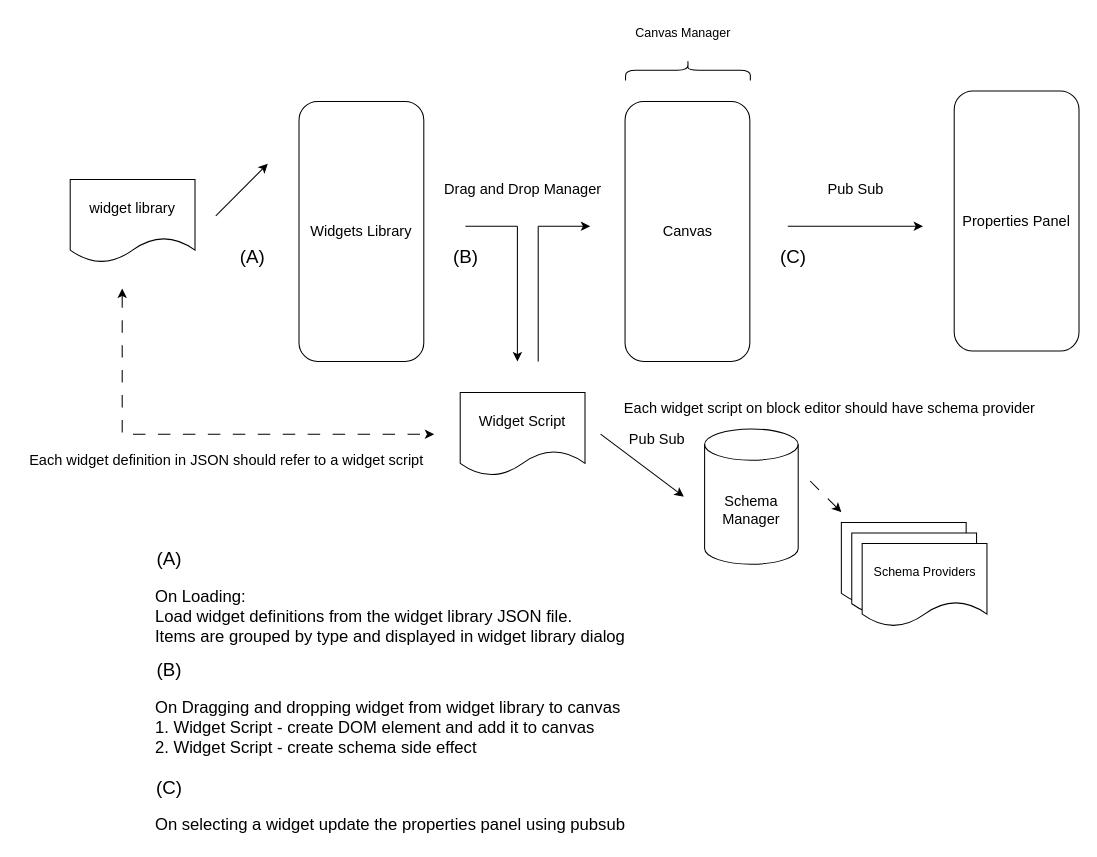
caperaven/crs-framework keeps this draw.io diagram as page "Page-1" (1 of 2) of documents/designer/designer.drawio. Above is the earlier version. Source tidied: cells renumbered, new cells numbered last; positions are measured from the earlier drawing's top-left corner, leaving out a move shared by most shapes. Both pictures are drawn from the tidied source at 104%, with x=0, y=0 at pixel (18, 7).
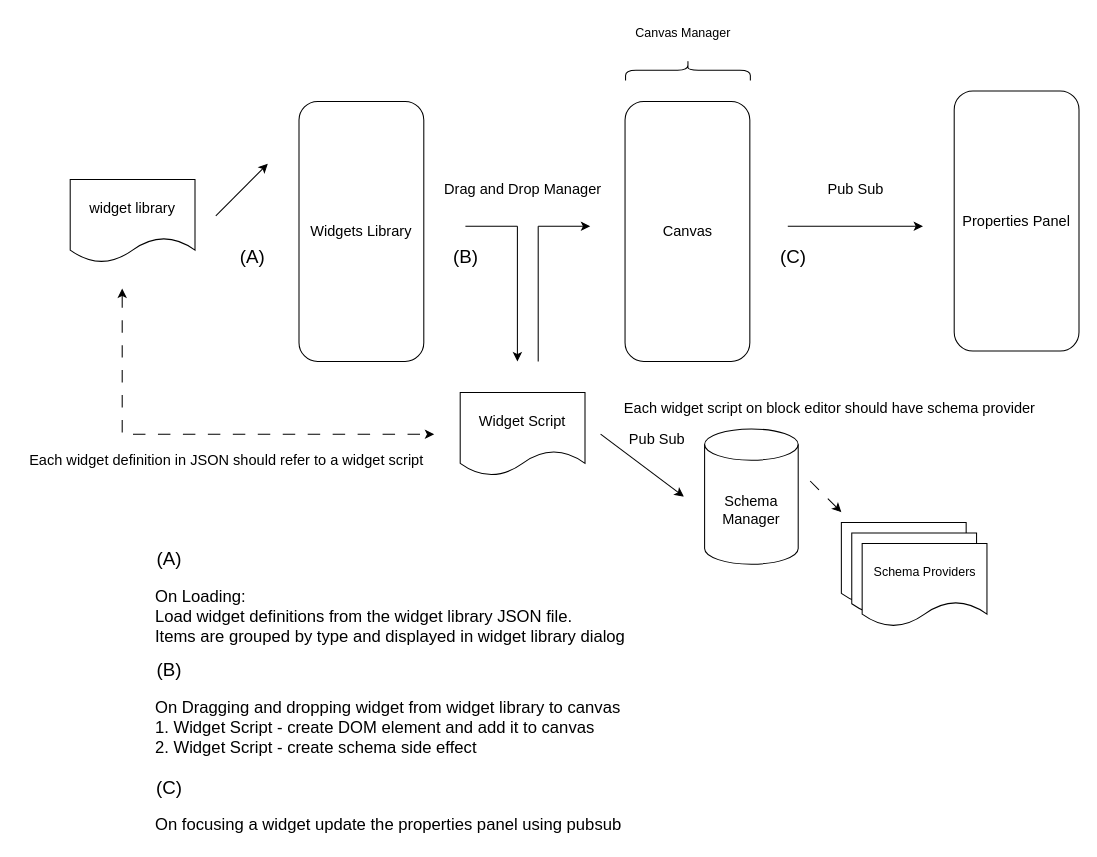
The same diagram, later.

Commit message:
block editing - document pipeline for designer

Change to the diagram source:
```diff
@@
-    <mxCell id="35" value="On selecting a widget update the properties panel using pubsub" style="text;html=1;align=left;verticalAlign=middle;strokeColor=none;fillColor=none;fontSize=16;" parent="1" vertex="1">
-      <mxGeometry x="130" y="770" width="480" height="30" as="geometry" />
+    <mxCell id="35" value="On focusing a widget update the properties panel using pubsub" style="text;html=1;align=left;verticalAlign=middle;strokeColor=none;fillColor=none;fontSize=16;" parent="1" vertex="1">
+      <mxGeometry x="130" y="770" width="470" height="30" as="geometry" />
     </mxCell>
```
